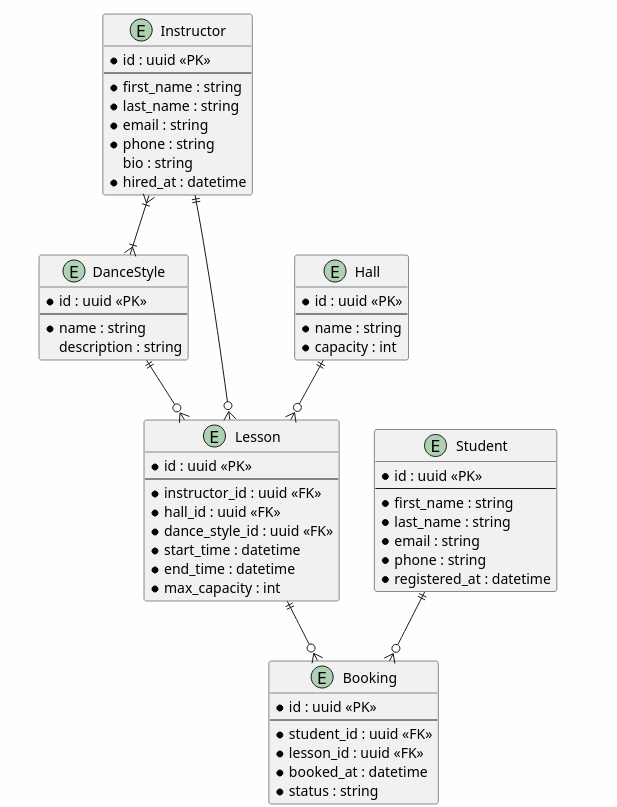
Above: diagram.png in prashchukdanylo-stack/software-requirements-modeling-and-analysis (PlantUML), before the change. Its source is kept beside it as diagram.puml. The source it was exported from:
```plantuml
@startuml

entity Instructor {
    * id : uuid <<PK>>
    --
    * first_name : string
    * last_name : string
    * email : string
    * phone : string
    bio : string
    * hired_at : datetime
}

entity Student {
    * id : uuid <<PK>>
    --
    * first_name : string
    * last_name : string
    * email : string
    * phone : string
    * registered_at : datetime
}

entity DanceStyle {
    * id : uuid <<PK>>
    --
    * name : string
    description : string
}

entity Hall {
    * id : uuid <<PK>>
    --
    * name : string
    * capacity : int
}

entity Lesson {
    * id : uuid <<PK>>
    --
    * instructor_id : uuid <<FK>>
    * hall_id : uuid <<FK>>
    * dance_style_id : uuid <<FK>>
    * start_time : datetime
    * end_time : datetime
    * max_capacity : int
}

entity Booking {
    * id : uuid <<PK>>
    --
    * student_id : uuid <<FK>>
    * lesson_id : uuid <<FK>>
    * booked_at : datetime
    * status : string
}

Instructor }|--|{ DanceStyle
Hall ||--o{ Lesson
Instructor ||--o{ Lesson
DanceStyle ||--o{ Lesson
Student ||--o{ Booking
Lesson ||--o{Booking

@enduml
```
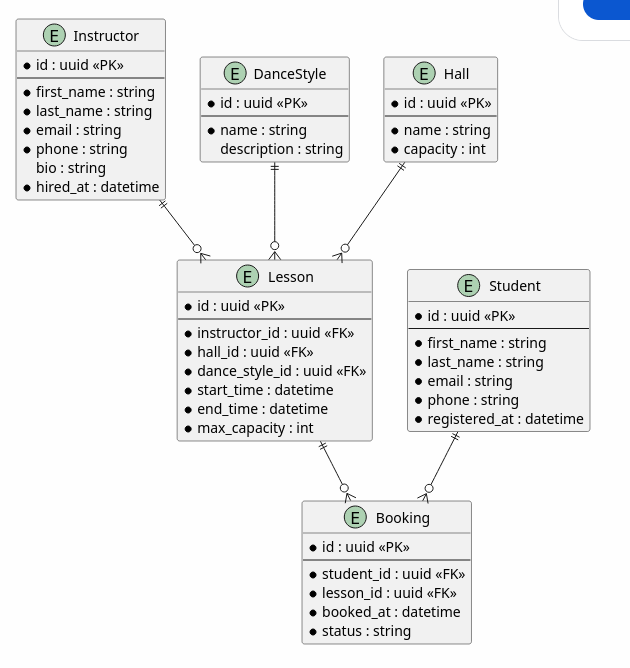
Later version of the same file.

Commit message:
fixed an issue with unnecessary relation between Instructor and DanceStyle.

Change to the diagram source:
```diff
@@ -55,7 +55,6 @@
     * status : string
 }
 
-Instructor }|--|{ DanceStyle
 Hall ||--o{ Lesson
 Instructor ||--o{ Lesson
 DanceStyle ||--o{ Lesson
```
